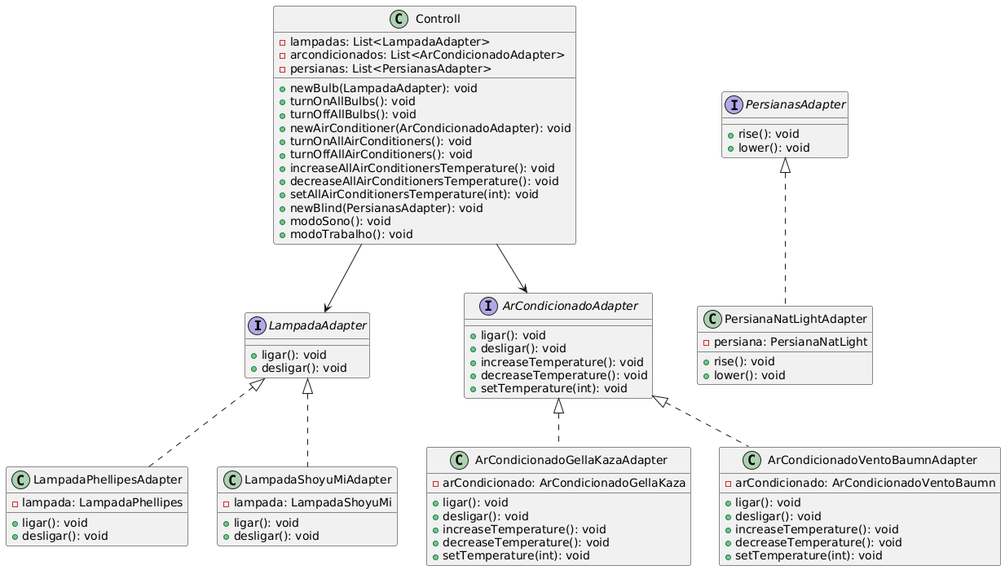
Earlier version of the PlantUML export project03/src/UML/Project03_DiagramaUML.png (Cdranka25/Trabalhos-Analises-de-Algoritmos). Its diagram source:
```plantuml
@startuml
interface LampadaAdapter {
  + ligar(): void
  + desligar(): void
}

interface ArCondicionadoAdapter {
  + ligar(): void
  + desligar(): void
  + increaseTemperature(): void
  + decreaseTemperature(): void
  + setTemperature(int): void
}

interface PersianasAdapter {
  + rise(): void
  + lower(): void
}

class LampadaPhellipesAdapter {
  - lampada: LampadaPhellipes
  + ligar(): void
  + desligar(): void
}

class LampadaShoyuMiAdapter {
  - lampada: LampadaShoyuMi
  + ligar(): void
  + desligar(): void
}

class ArCondicionadoGellaKazaAdapter {
  - arCondicionado: ArCondicionadoGellaKaza
  + ligar(): void
  + desligar(): void
  + increaseTemperature(): void
  + decreaseTemperature(): void
  + setTemperature(int): void
}

class ArCondicionadoVentoBaumnAdapter {
  - arCondicionado: ArCondicionadoVentoBaumn
  + ligar(): void
  + desligar(): void
  + increaseTemperature(): void
  + decreaseTemperature(): void
  + setTemperature(int): void
}

class PersianaNatLightAdapter {
  - persiana: PersianaNatLight
  + rise(): void
  + lower(): void
}

class Controll {
  - lampadas: List<LampadaAdapter>
  - arcondicionados: List<ArCondicionadoAdapter>
  - persianas: List<PersianasAdapter>
  + newBulb(LampadaAdapter): void
  + turnOnAllBulbs(): void
  + turnOffAllBulbs(): void
  + newAirConditioner(ArCondicionadoAdapter): void
  + turnOnAllAirConditioners(): void
  + turnOffAllAirConditioners(): void
  + increaseAllAirConditionersTemperature(): void
  + decreaseAllAirConditionersTemperature(): void
  + setAllAirConditionersTemperature(int): void
  + newBlind(PersianasAdapter): void
  + modoSono(): void
  + modoTrabalho(): void

}

LampadaAdapter <|.. LampadaPhellipesAdapter
LampadaAdapter <|.. LampadaShoyuMiAdapter

ArCondicionadoAdapter <|.. ArCondicionadoGellaKazaAdapter
ArCondicionadoAdapter <|.. ArCondicionadoVentoBaumnAdapter

PersianasAdapter <|.. PersianaNatLightAdapter

Controll --> LampadaAdapter
Controll --> ArCondicionadoAdapter
@enduml
```
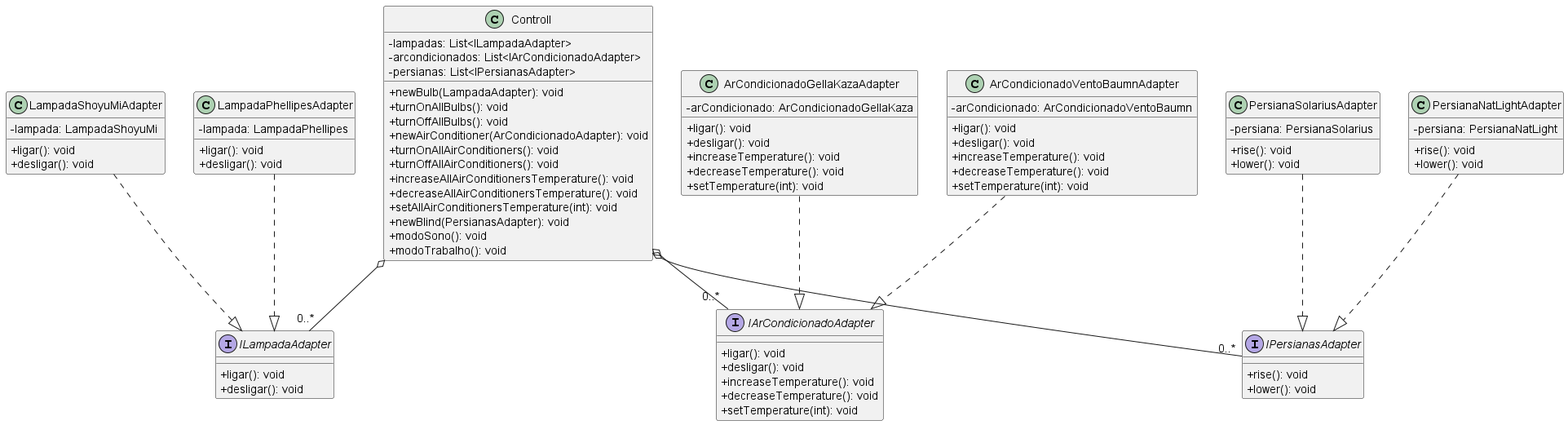
After the commit.

Change to the diagram source:
```diff
@@ -1,10 +1,31 @@
 @startuml
-interface LampadaAdapter {
+
+skinparam classAttributeIconSize 0
+
+class Controll {
+  - lampadas: List<ILampadaAdapter>
+  - arcondicionados: List<IArCondicionadoAdapter>
+  - persianas: List<IPersianasAdapter>
+  + newBulb(LampadaAdapter): void
+  + turnOnAllBulbs(): void
+  + turnOffAllBulbs(): void
+  + newAirConditioner(ArCondicionadoAdapter): void
+  + turnOnAllAirConditioners(): void
+  + turnOffAllAirConditioners(): void
+  + increaseAllAirConditionersTemperature(): void
+  + decreaseAllAirConditionersTemperature(): void
+  + setAllAirConditionersTemperature(int): void
+  + newBlind(PersianasAdapter): void
+  + modoSono(): void
+  + modoTrabalho(): void
+}
+
+interface ILampadaAdapter {
   + ligar(): void
   + desligar(): void
 }
 
-interface ArCondicionadoAdapter {
+interface IArCondicionadoAdapter {
   + ligar(): void
   + desligar(): void
   + increaseTemperature(): void
@@ -12,7 +33,7 @@
   + setTemperature(int): void
 }
 
-interface PersianasAdapter {
+interface IPersianasAdapter {
   + rise(): void
   + lower(): void
 }
@@ -53,33 +74,21 @@
   + lower(): void
 }
 
-class Controll {
-  - lampadas: List<LampadaAdapter>
-  - arcondicionados: List<ArCondicionadoAdapter>
-  - persianas: List<PersianasAdapter>
-  + newBulb(LampadaAdapter): void
-  + turnOnAllBulbs(): void
-  + turnOffAllBulbs(): void
-  + newAirConditioner(ArCondicionadoAdapter): void
-  + turnOnAllAirConditioners(): void
-  + turnOffAllAirConditioners(): void
-  + increaseAllAirConditionersTemperature(): void
-  + decreaseAllAirConditionersTemperature(): void
-  + setAllAirConditionersTemperature(int): void
-  + newBlind(PersianasAdapter): void
-  + modoSono(): void
-  + modoTrabalho(): void
-
+class PersianaSolariusAdapter {
+  - persiana: PersianaSolarius
+  + rise(): void
+  + lower(): void
 }
 
-LampadaAdapter <|.. LampadaPhellipesAdapter
-LampadaAdapter <|.. LampadaShoyuMiAdapter
+Controll o-- "0..*" ILampadaAdapter
+Controll o-- "0..*" IArCondicionadoAdapter
+Controll o-- "0..*" IPersianasAdapter
 
-ArCondicionadoAdapter <|.. ArCondicionadoGellaKazaAdapter
-ArCondicionadoAdapter <|.. ArCondicionadoVentoBaumnAdapter
+LampadaPhellipesAdapter ..|> ILampadaAdapter
+LampadaShoyuMiAdapter ..|> ILampadaAdapter
+ArCondicionadoGellaKazaAdapter ..|> IArCondicionadoAdapter
+ArCondicionadoVentoBaumnAdapter ..|> IArCondicionadoAdapter
+PersianaNatLightAdapter ..|> IPersianasAdapter
+PersianaSolariusAdapter ..|> IPersianasAdapter
 
-PersianasAdapter <|.. PersianaNatLightAdapter
-
-Controll --> LampadaAdapter
-Controll --> ArCondicionadoAdapter
 @enduml
```
